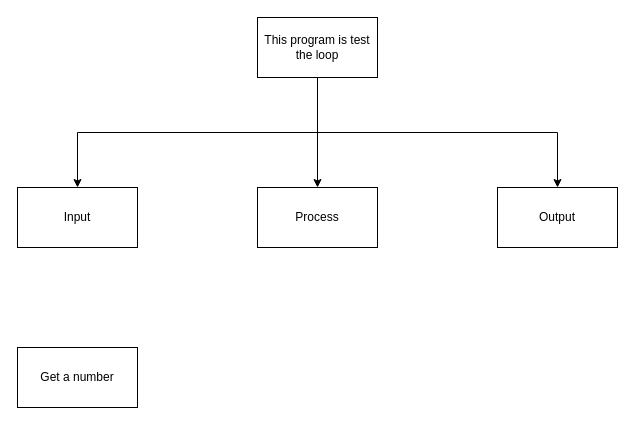
The draw.io diagram Top-Down.drawio in huihangisaac-ho/ICS3U-Unit4-04-Python, before the edit. Source tidied: cells renumbered, new cells numbered last; positions are measured from the earlier drawing's top-left corner, leaving out a move shared by most shapes. Both pictures are drawn from the tidied source at 100%, with x=0, y=0 at pixel (17, 17).
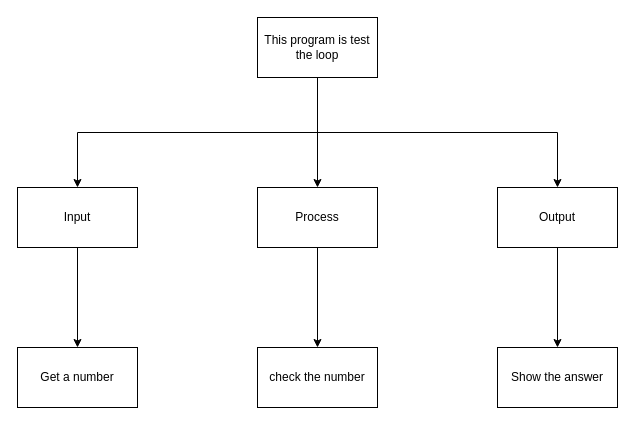
Above is the later version.

Diff of the diagram source:
```diff
@@
 <mxGraphModel>
   <root>
     <mxCell id="0" />
     <mxCell id="1" parent="0" />
+    <mxCell id="10" style="edgeStyle=none;html=1;exitX=0.5;exitY=1;exitDx=0;exitDy=0;" parent="1" edge="1" source="2" target="9">
+      <mxGeometry relative="1" as="geometry" />
+    </mxCell>
     <mxCell id="2" value="Input" style="rounded=0;whiteSpace=wrap;html=1;" parent="1" vertex="1">
       <mxGeometry y="170" width="120" height="60" as="geometry" />
     </mxCell>
     <mxCell id="3" style="edgeStyle=orthogonalEdgeStyle;html=1;exitX=0.5;exitY=1;exitDx=0;exitDy=0;rounded=0;" parent="1" edge="1" source="6" target="7">
       <mxGeometry relative="1" as="geometry" />
     </mxCell>
     <mxCell id="4" style="edgeStyle=orthogonalEdgeStyle;rounded=0;html=1;exitX=0.5;exitY=1;exitDx=0;exitDy=0;entryX=0.5;entryY=0;entryDx=0;entryDy=0;" parent="1" edge="1" source="6" target="2">
       <mxGeometry relative="1" as="geometry" />
     </mxCell>
     <mxCell id="5" style="edgeStyle=orthogonalEdgeStyle;rounded=0;html=1;exitX=0.5;exitY=1;exitDx=0;exitDy=0;entryX=0.5;entryY=0;entryDx=0;entryDy=0;" parent="1" edge="1" source="6" target="8">
       <mxGeometry relative="1" as="geometry" />
     </mxCell>
     <mxCell id="6" value="This program is test the loop" style="rounded=0;whiteSpace=wrap;html=1;" parent="1" vertex="1">
       <mxGeometry x="240" width="120" height="60" as="geometry" />
     </mxCell>
+    <mxCell id="11" style="edgeStyle=none;html=1;exitX=0.5;exitY=1;exitDx=0;exitDy=0;entryX=0.5;entryY=0;entryDx=0;entryDy=0;" parent="1" edge="1" source="7" target="13">
+      <mxGeometry relative="1" as="geometry" />
+    </mxCell>
     <mxCell id="7" value="Process" style="rounded=0;whiteSpace=wrap;html=1;" parent="1" vertex="1">
       <mxGeometry x="240" y="170" width="120" height="60" as="geometry" />
     </mxCell>
+    <mxCell id="12" style="edgeStyle=none;html=1;exitX=0.5;exitY=1;exitDx=0;exitDy=0;" parent="1" edge="1" source="8" target="14">
+      <mxGeometry relative="1" as="geometry" />
+    </mxCell>
     <mxCell id="8" value="Output" style="rounded=0;whiteSpace=wrap;html=1;" parent="1" vertex="1">
       <mxGeometry x="480" y="170" width="120" height="60" as="geometry" />
     </mxCell>
     <mxCell id="9" value="Get a number" style="rounded=0;whiteSpace=wrap;html=1;" parent="1" vertex="1">
       <mxGeometry y="330" width="120" height="60" as="geometry" />
     </mxCell>
+    <mxCell id="13" value="check the number" style="rounded=0;whiteSpace=wrap;html=1;" parent="1" vertex="1">
+      <mxGeometry x="240" y="330" width="120" height="60" as="geometry" />
+    </mxCell>
+    <mxCell id="14" value="Show the answer" style="rounded=0;whiteSpace=wrap;html=1;" parent="1" vertex="1">
+      <mxGeometry x="480" y="330" width="120" height="60" as="geometry" />
+    </mxCell>
   </root>
 </mxGraphModel>
```
